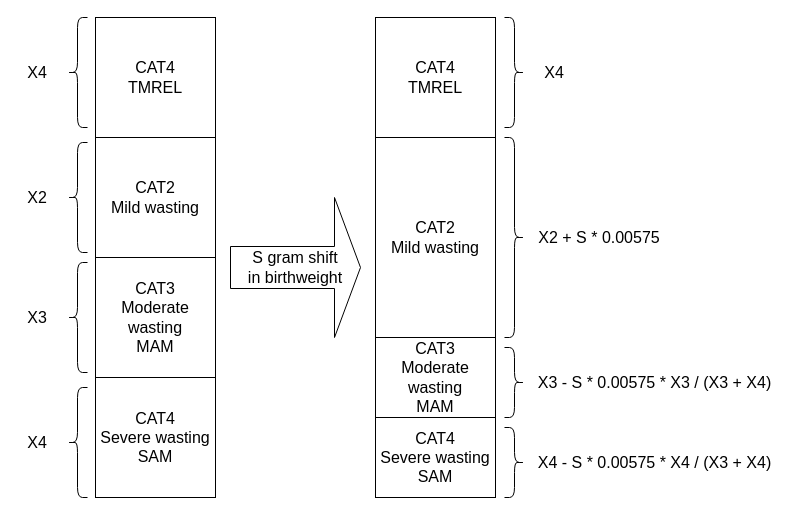
ihmeuw/vivarium_research keeps this draw.io diagram as docs/source/gbd2019_models/risk_risk_correlation/child_growth_risks/wasting_exposure_dist.drawio. Above is the earlier version. Source tidied: cells renumbered, new cells numbered last; positions are measured from the earlier drawing's top-left corner, leaving out a move shared by most shapes. Both pictures are drawn from the tidied source at 100%, with x=0, y=0 at pixel (17, 17).
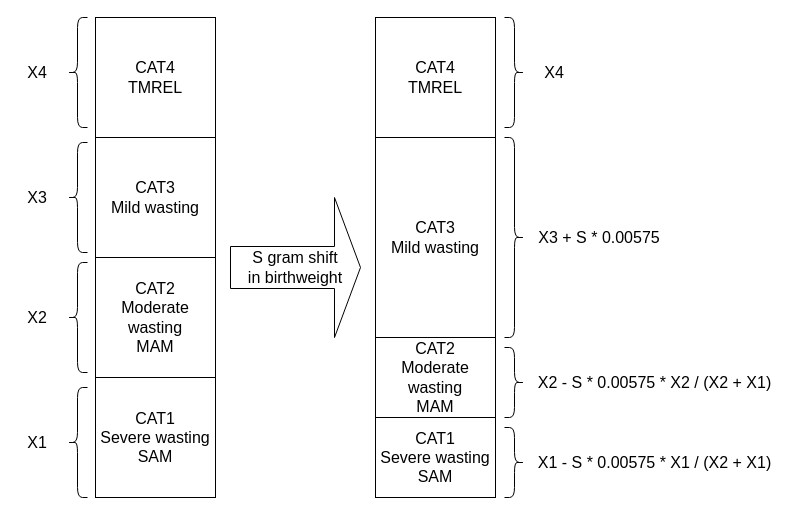
The same page after the edit.

What changed in the source:
```diff
@@
-    <mxCell id="2" value="CAT4&lt;br style=&quot;font-size: 16px;&quot;&gt;TMREL" style="rounded=0;whiteSpace=wrap;html=1;fontSize=16;" parent="1" vertex="1">
+    <mxCell id="2" value="CAT4&lt;br style=&quot;font-size: 16px&quot;&gt;TMREL" style="rounded=0;whiteSpace=wrap;html=1;fontSize=16;" parent="1" vertex="1">
       <mxGeometry x="78" width="120" height="120" as="geometry" />
     </mxCell>
-    <mxCell id="3" value="CAT3&lt;br style=&quot;font-size: 16px;&quot;&gt;Moderate wasting&lt;br style=&quot;font-size: 16px;&quot;&gt;MAM" style="rounded=0;whiteSpace=wrap;html=1;fontSize=16;" parent="1" vertex="1">
+    <mxCell id="3" value="CAT2&lt;br style=&quot;font-size: 16px&quot;&gt;Moderate wasting&lt;br style=&quot;font-size: 16px&quot;&gt;MAM" style="rounded=0;whiteSpace=wrap;html=1;fontSize=16;" parent="1" vertex="1">
       <mxGeometry x="78" y="240" width="120" height="120" as="geometry" />
     </mxCell>
-    <mxCell id="4" value="CAT2&lt;br style=&quot;font-size: 16px&quot;&gt;Mild wasting" style="rounded=0;whiteSpace=wrap;html=1;fontSize=16;" parent="1" vertex="1">
+    <mxCell id="4" value="CAT3&lt;br style=&quot;font-size: 16px&quot;&gt;Mild wasting" style="rounded=0;whiteSpace=wrap;html=1;fontSize=16;" parent="1" vertex="1">
       <mxGeometry x="78" y="120" width="120" height="120" as="geometry" />
     </mxCell>
-    <mxCell id="5" value="CAT4&lt;br style=&quot;font-size: 16px;&quot;&gt;Severe wasting&lt;br style=&quot;font-size: 16px;&quot;&gt;SAM" style="rounded=0;whiteSpace=wrap;html=1;fontSize=16;" parent="1" vertex="1">
+    <mxCell id="5" value="CAT1&lt;br style=&quot;font-size: 16px&quot;&gt;Severe wasting&lt;br style=&quot;font-size: 16px&quot;&gt;SAM" style="rounded=0;whiteSpace=wrap;html=1;fontSize=16;" parent="1" vertex="1">
       <mxGeometry x="78" y="360" width="120" height="120" as="geometry" />
     </mxCell>
@@
-    <mxCell id="8" value="CAT3&lt;br style=&quot;font-size: 16px;&quot;&gt;Moderate wasting&lt;br style=&quot;font-size: 16px;&quot;&gt;MAM" style="rounded=0;whiteSpace=wrap;html=1;fontSize=16;" parent="1" vertex="1">
+    <mxCell id="8" value="CAT2&lt;br style=&quot;font-size: 16px&quot;&gt;Moderate wasting&lt;br style=&quot;font-size: 16px&quot;&gt;MAM" style="rounded=0;whiteSpace=wrap;html=1;fontSize=16;" parent="1" vertex="1">
       <mxGeometry x="358" y="320" width="120" height="80" as="geometry" />
     </mxCell>
-    <mxCell id="9" value="CAT2&lt;br style=&quot;font-size: 16px&quot;&gt;Mild wasting" style="rounded=0;whiteSpace=wrap;html=1;fontSize=16;" parent="1" vertex="1">
+    <mxCell id="9" value="CAT3&lt;br style=&quot;font-size: 16px&quot;&gt;Mild wasting" style="rounded=0;whiteSpace=wrap;html=1;fontSize=16;" parent="1" vertex="1">
       <mxGeometry x="358" y="120" width="120" height="200" as="geometry" />
     </mxCell>
-    <mxCell id="10" value="CAT4&lt;br style=&quot;font-size: 16px;&quot;&gt;Severe wasting&lt;br style=&quot;font-size: 16px;&quot;&gt;SAM" style="rounded=0;whiteSpace=wrap;html=1;fontSize=16;" parent="1" vertex="1">
+    <mxCell id="10" value="CAT1&lt;br style=&quot;font-size: 16px&quot;&gt;Severe wasting&lt;br style=&quot;font-size: 16px&quot;&gt;SAM" style="rounded=0;whiteSpace=wrap;html=1;fontSize=16;" parent="1" vertex="1">
       <mxGeometry x="358" y="400" width="120" height="80" as="geometry" />
     </mxCell>
@@
-    <mxCell id="18" value="X4" style="text;html=1;strokeColor=none;fillColor=none;align=center;verticalAlign=middle;whiteSpace=wrap;rounded=0;fontSize=16;" parent="1" vertex="1">
+    <mxCell id="18" value="X1" style="text;html=1;strokeColor=none;fillColor=none;align=center;verticalAlign=middle;whiteSpace=wrap;rounded=0;fontSize=16;" parent="1" vertex="1">
       <mxGeometry y="415" width="40" height="20" as="geometry" />
     </mxCell>
-    <mxCell id="19" value="X3" style="text;html=1;strokeColor=none;fillColor=none;align=center;verticalAlign=middle;whiteSpace=wrap;rounded=0;fontSize=16;" parent="1" vertex="1">
+    <mxCell id="19" value="X2" style="text;html=1;strokeColor=none;fillColor=none;align=center;verticalAlign=middle;whiteSpace=wrap;rounded=0;fontSize=16;" parent="1" vertex="1">
       <mxGeometry y="290" width="40" height="20" as="geometry" />
     </mxCell>
-    <mxCell id="20" value="X2" style="text;html=1;strokeColor=none;fillColor=none;align=center;verticalAlign=middle;whiteSpace=wrap;rounded=0;fontSize=16;" parent="1" vertex="1">
+    <mxCell id="20" value="X3" style="text;html=1;strokeColor=none;fillColor=none;align=center;verticalAlign=middle;whiteSpace=wrap;rounded=0;fontSize=16;" parent="1" vertex="1">
       <mxGeometry y="170" width="40" height="20" as="geometry" />
     </mxCell>
@@
-    <mxCell id="22" value="X3 - S * 0.00575 * X3 / (X3 + X4)" style="text;html=1;strokeColor=none;fillColor=none;align=center;verticalAlign=middle;whiteSpace=wrap;rounded=0;fontSize=16;" parent="1" vertex="1">
+    <mxCell id="22" value="X2 - S * 0.00575 * X2 / (X2 + X1)" style="text;html=1;strokeColor=none;fillColor=none;align=center;verticalAlign=middle;whiteSpace=wrap;rounded=0;fontSize=16;" parent="1" vertex="1">
       <mxGeometry x="517" y="352.5" width="241" height="25" as="geometry" />
     </mxCell>
-    <mxCell id="23" value="X2 + S * 0.00575" style="text;html=1;strokeColor=none;fillColor=none;align=center;verticalAlign=middle;whiteSpace=wrap;rounded=0;fontSize=16;" parent="1" vertex="1">
+    <mxCell id="23" value="X3 + S * 0.00575" style="text;html=1;strokeColor=none;fillColor=none;align=center;verticalAlign=middle;whiteSpace=wrap;rounded=0;fontSize=16;" parent="1" vertex="1">
       <mxGeometry x="517" y="207.5" width="130" height="25" as="geometry" />
     </mxCell>
@@
-    <mxCell id="26" value="X4 - S * 0.00575 * X4 / (X3 + X4)" style="text;html=1;strokeColor=none;fillColor=none;align=center;verticalAlign=middle;whiteSpace=wrap;rounded=0;fontSize=16;" parent="1" vertex="1">
+    <mxCell id="26" value="X1 - S * 0.00575 * X1 / (X2 + X1)" style="text;html=1;strokeColor=none;fillColor=none;align=center;verticalAlign=middle;whiteSpace=wrap;rounded=0;fontSize=16;" parent="1" vertex="1">
       <mxGeometry x="517" y="432.5" width="241" height="25" as="geometry" />
     </mxCell>
```
